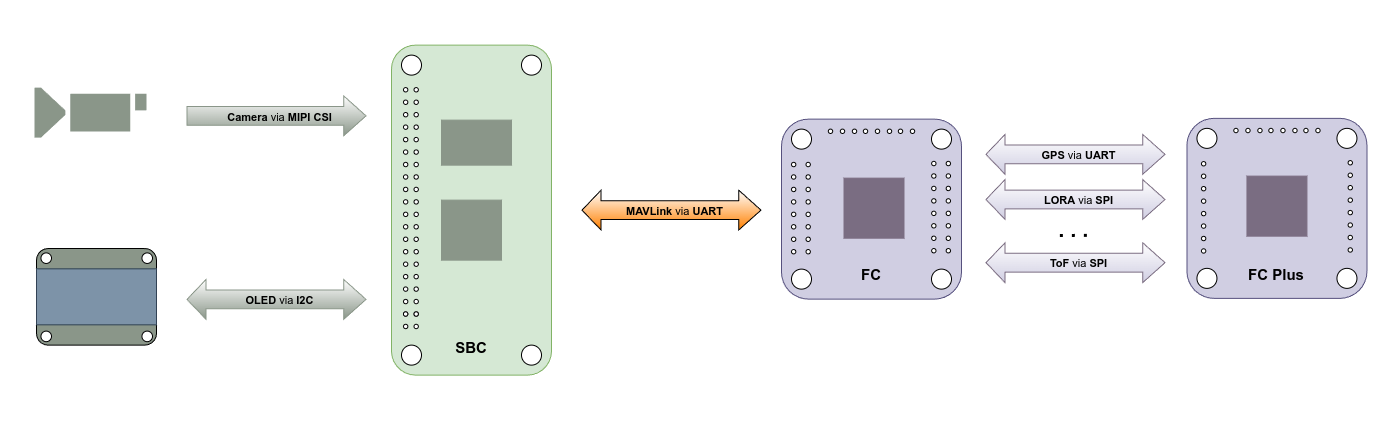
Above: Images/sbc_fc_plus.png in Paschalis/mavlink-sbc-fc-bridge (draw.io), before the change. Source tidied: cells renumbered, new cells last; positions are measured from the earlier drawing's top-left corner, leaving out a move shared by most shapes.
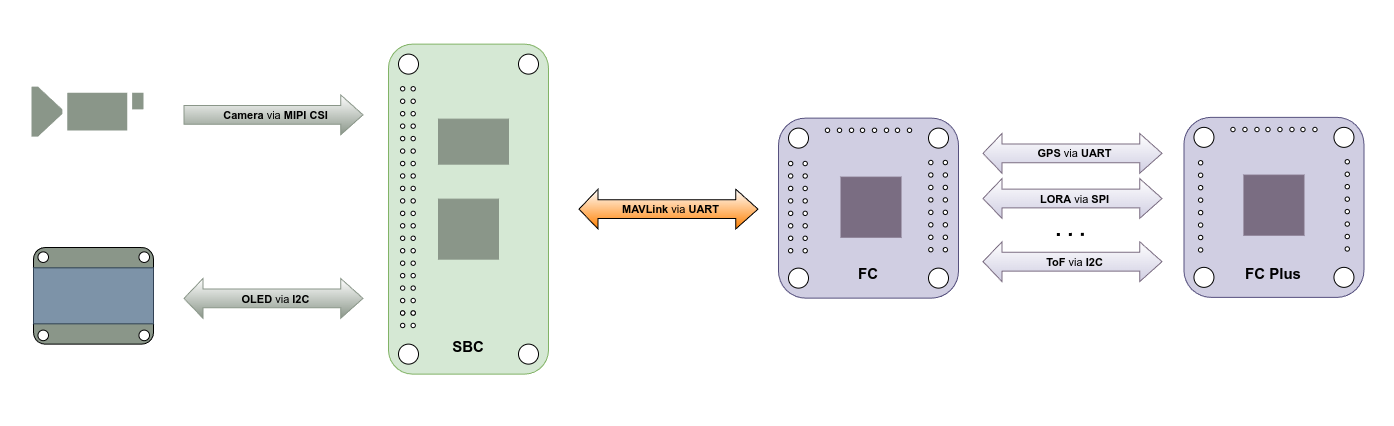
Above is the later version.

Commit message:
Modified ToF connection from SPI to I2C in SBC FC Plus diagram

Diff of the diagram source:
```diff
@@ -486,7 +486,7 @@
         <mxPoint x="1191" y="274.2" as="targetPoint" />
       </mxGeometry>
     </mxCell>
-    <mxCell id="153" value="&lt;b&gt;ToF&lt;/b&gt;&amp;nbsp;via &lt;b&gt;SPI&lt;/b&gt;" style="edgeLabel;html=1;align=center;verticalAlign=middle;labelBackgroundColor=none;" parent="152" vertex="1">
+    <mxCell id="153" value="&lt;b&gt;ToF&lt;/b&gt;&amp;nbsp;via &lt;b&gt;I2C&lt;/b&gt;" style="edgeLabel;html=1;align=center;verticalAlign=middle;labelBackgroundColor=none;" parent="152" vertex="1">
       <mxGeometry x="0.08" y="-1" relative="1" as="geometry">
         <mxPoint x="-6" y="-1" as="offset" />
       </mxGeometry>
```
